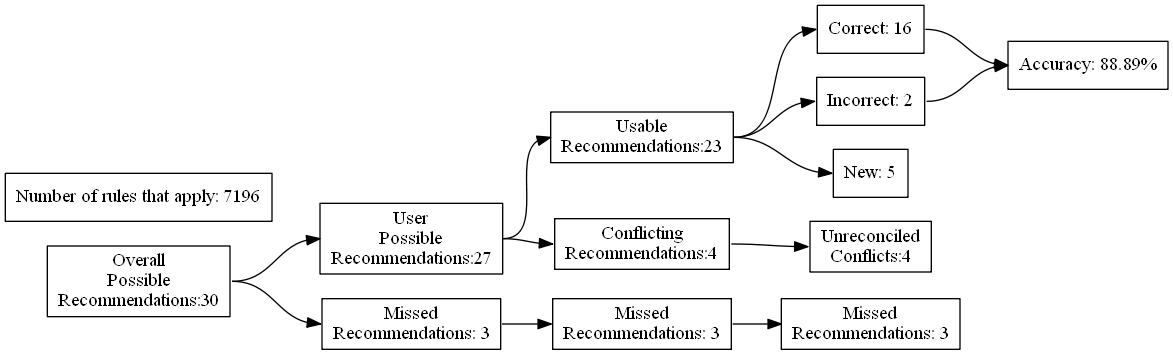
ZaxR/ibd_diet_analysis keeps this Graphviz diagram as test_renders/16.gv.png. Above is the earlier version. Its source is kept beside it as test_renders/16.gv.
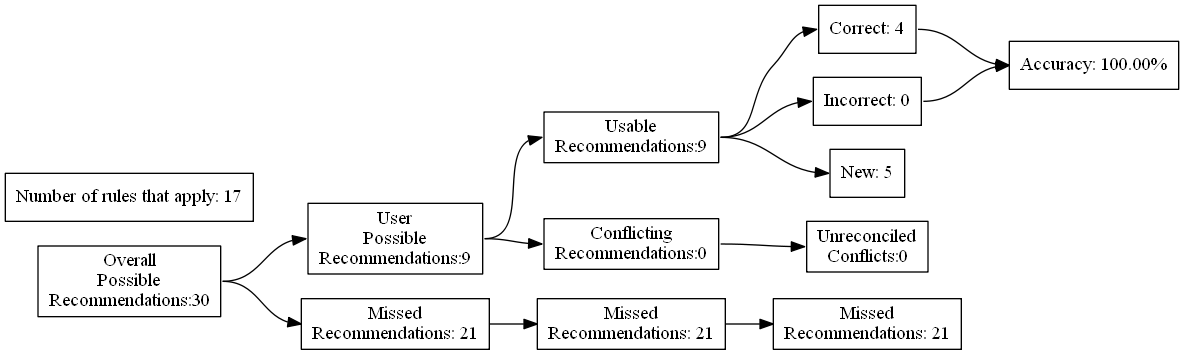
Above is the later version.

Diff of the diagram source:
```diff
@@ -7,24 +7,24 @@
 Recommendations:30"]
 		B [label="User
 Possible
-Recommendations:27"]
+Recommendations:9"]
 		C [label="Missed
-Recommendations: 3"]
+Recommendations: 21"]
 		D [label="Usable
-Recommendations:23"]
+Recommendations:9"]
 		E [label="Conflicting
-Recommendations:4"]
+Recommendations:0"]
 		J [label="Missed
-Recommendations: 3"]
+Recommendations: 21"]
 		M [label="Unreconciled
-Conflicts:4"]
-		F [label="Correct: 16"]
-		G [label="Incorrect: 2"]
+Conflicts:0"]
+		F [label="Correct: 4"]
+		G [label="Incorrect: 0"]
 		H [label="New: 5"]
 		K [label="Missed
-Recommendations: 3"]
-		I [label="Accuracy: 88.89%"]
-		l [label="Number of rules that apply: 7196"]
+Recommendations: 21"]
+		I [label="Accuracy: 100.00%"]
+		l [label="Number of rules that apply: 17"]
 			A -> B
 			A -> C
 			B -> D
```
